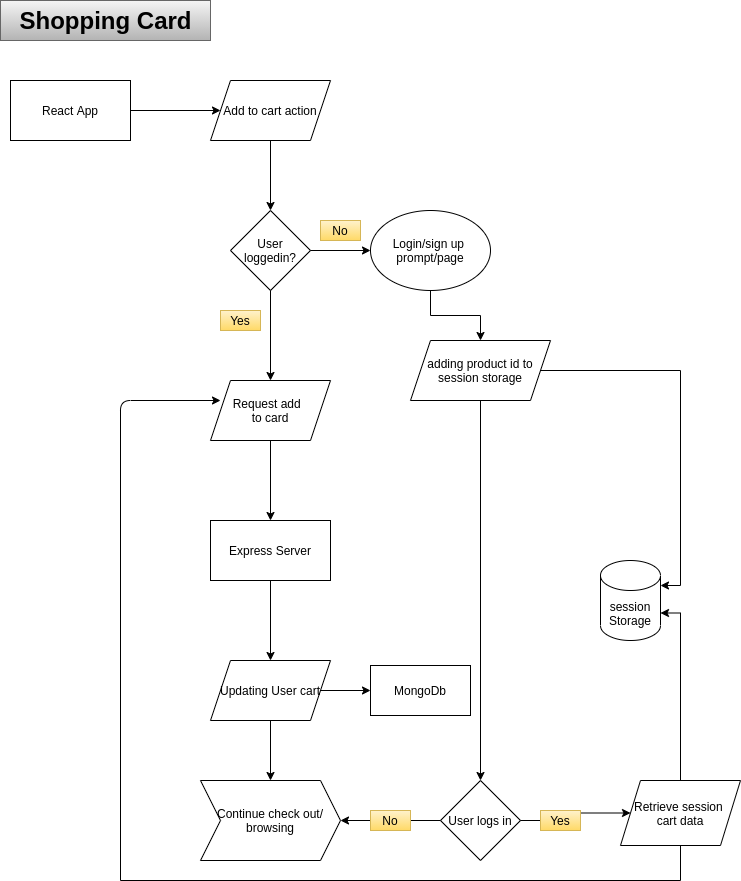
Earlier version of the draw.io export Diagrams/DFD-Page-3.png (Sevicode/SevliMERN_partA). Source tidied: cells renumbered, new cells last; positions are measured from the earlier drawing's top-left corner, leaving out a move shared by most shapes. Source of this version:
```xml
<mxGraphModel>
  <root>
    <mxCell id="0" />
    <mxCell id="1" parent="0" />
    <mxCell id="2" value="Shopping Card" style="text;strokeColor=#666666;fillColor=#f5f5f5;html=1;fontSize=24;fontStyle=1;verticalAlign=middle;align=center;gradientColor=#b3b3b3;" parent="1" vertex="1">
      <mxGeometry width="210" height="40" as="geometry" />
    </mxCell>
    <mxCell id="3" style="edgeStyle=orthogonalEdgeStyle;rounded=0;jettySize=auto;html=1;" parent="1" edge="1" source="4" target="6">
      <mxGeometry relative="1" as="geometry" />
    </mxCell>
    <mxCell id="4" value="React App" style="rounded=0;whiteSpace=wrap;html=1;sketch=0;fillColor=none;" parent="1" vertex="1">
      <mxGeometry x="10" y="80" width="120" height="60" as="geometry" />
    </mxCell>
    <mxCell id="5" style="edgeStyle=orthogonalEdgeStyle;rounded=0;jettySize=auto;html=1;" parent="1" edge="1" source="6" target="9">
      <mxGeometry relative="1" as="geometry" />
    </mxCell>
    <mxCell id="6" value="Add to cart action" style="shape=parallelogram;perimeter=parallelogramPerimeter;whiteSpace=wrap;html=1;fixedSize=1;rounded=0;fillColor=none;sketch=0;" parent="1" vertex="1">
      <mxGeometry x="210" y="80" width="120" height="60" as="geometry" />
    </mxCell>
    <mxCell id="7" style="edgeStyle=orthogonalEdgeStyle;rounded=0;jettySize=auto;html=1;" parent="1" edge="1" source="9" target="11">
      <mxGeometry relative="1" as="geometry" />
    </mxCell>
    <mxCell id="8" style="edgeStyle=orthogonalEdgeStyle;rounded=0;jettySize=auto;html=1;" parent="1" edge="1" source="9" target="14">
      <mxGeometry relative="1" as="geometry" />
    </mxCell>
    <mxCell id="9" value="User loggedin?" style="rhombus;whiteSpace=wrap;html=1;rounded=0;fillColor=none;sketch=0;" parent="1" vertex="1">
      <mxGeometry x="230" y="210" width="80" height="80" as="geometry" />
    </mxCell>
    <mxCell id="10" style="edgeStyle=orthogonalEdgeStyle;rounded=0;jettySize=auto;html=1;" parent="1" edge="1" source="11" target="19">
      <mxGeometry relative="1" as="geometry" />
    </mxCell>
    <mxCell id="11" value="Login/sign up&amp;nbsp;&lt;br&gt;prompt/page" style="ellipse;whiteSpace=wrap;html=1;rounded=0;fillColor=none;sketch=0;" parent="1" vertex="1">
      <mxGeometry x="370" y="210" width="120" height="80" as="geometry" />
    </mxCell>
    <mxCell id="12" value="No" style="text;html=1;strokeColor=#d6b656;fillColor=#fff2cc;align=center;verticalAlign=middle;whiteSpace=wrap;rounded=0;gradientColor=#ffd966;" parent="1" vertex="1">
      <mxGeometry x="320" y="220" width="40" height="20" as="geometry" />
    </mxCell>
    <mxCell id="13" style="edgeStyle=orthogonalEdgeStyle;rounded=0;jettySize=auto;html=1;" parent="1" edge="1" source="14" target="22">
      <mxGeometry relative="1" as="geometry" />
    </mxCell>
    <mxCell id="14" value="Request add&amp;nbsp;&amp;nbsp;&lt;br&gt;to card" style="shape=parallelogram;perimeter=parallelogramPerimeter;whiteSpace=wrap;html=1;fixedSize=1;rounded=0;fillColor=none;sketch=0;" parent="1" vertex="1">
      <mxGeometry x="210" y="380" width="120" height="60" as="geometry" />
    </mxCell>
    <mxCell id="15" value="Yes" style="text;html=1;strokeColor=#d6b656;fillColor=#fff2cc;align=center;verticalAlign=middle;whiteSpace=wrap;rounded=0;gradientColor=#ffd966;" parent="1" vertex="1">
      <mxGeometry x="220" y="310" width="40" height="20" as="geometry" />
    </mxCell>
    <mxCell id="16" style="edgeStyle=orthogonalEdgeStyle;rounded=0;orthogonalLoop=1;jettySize=auto;html=1;exitX=0.5;exitY=1;exitDx=0;exitDy=0;" parent="1" edge="1" source="12" target="12">
      <mxGeometry relative="1" as="geometry" />
    </mxCell>
    <mxCell id="17" style="edgeStyle=orthogonalEdgeStyle;rounded=0;jettySize=auto;html=1;" parent="1" edge="1" source="19" target="30">
      <mxGeometry relative="1" as="geometry" />
    </mxCell>
    <mxCell id="18" style="edgeStyle=orthogonalEdgeStyle;rounded=0;jettySize=auto;html=1;" parent="1" edge="1" source="19" target="27">
      <mxGeometry relative="1" as="geometry">
        <Array as="points">
          <mxPoint x="680" y="370" />
          <mxPoint x="680" y="585" />
        </Array>
      </mxGeometry>
    </mxCell>
    <mxCell id="19" value="adding product id to session storage" style="shape=parallelogram;perimeter=parallelogramPerimeter;whiteSpace=wrap;html=1;fixedSize=1;rounded=0;fillColor=none;sketch=0;" parent="1" vertex="1">
      <mxGeometry x="410" y="340" width="140" height="60" as="geometry" />
    </mxCell>
    <mxCell id="20" value="MongoDb" style="rounded=0;whiteSpace=wrap;html=1;fillColor=none;" parent="1" vertex="1">
      <mxGeometry x="370" y="665" width="100" height="50" as="geometry" />
    </mxCell>
    <mxCell id="21" style="edgeStyle=orthogonalEdgeStyle;rounded=0;jettySize=auto;html=1;" parent="1" edge="1" source="22" target="25">
      <mxGeometry relative="1" as="geometry" />
    </mxCell>
    <mxCell id="22" value="Express Server" style="whiteSpace=wrap;html=1;rounded=0;fillColor=none;sketch=0;" parent="1" vertex="1">
      <mxGeometry x="210" y="520" width="120" height="60" as="geometry" />
    </mxCell>
    <mxCell id="23" style="edgeStyle=orthogonalEdgeStyle;rounded=0;jettySize=auto;html=1;" parent="1" edge="1" source="25" target="20">
      <mxGeometry relative="1" as="geometry" />
    </mxCell>
    <mxCell id="24" style="edgeStyle=orthogonalEdgeStyle;rounded=0;jettySize=auto;html=1;" parent="1" edge="1" source="25" target="26">
      <mxGeometry relative="1" as="geometry" />
    </mxCell>
    <mxCell id="25" value="Updating User cart" style="shape=parallelogram;perimeter=parallelogramPerimeter;whiteSpace=wrap;html=1;fixedSize=1;rounded=0;fillColor=none;sketch=0;" parent="1" vertex="1">
      <mxGeometry x="210" y="660" width="120" height="60" as="geometry" />
    </mxCell>
    <mxCell id="26" value="Continue check out/ browsing" style="shape=step;perimeter=stepPerimeter;whiteSpace=wrap;html=1;fixedSize=1;rounded=0;fillColor=none;sketch=0;" parent="1" vertex="1">
      <mxGeometry x="200" y="780" width="140" height="80" as="geometry" />
    </mxCell>
    <mxCell id="27" value="session Storage" style="shape=cylinder3;whiteSpace=wrap;html=1;boundedLbl=1;backgroundOutline=1;size=15;fillColor=none;" parent="1" vertex="1">
      <mxGeometry x="600" y="560" width="60" height="80" as="geometry" />
    </mxCell>
    <mxCell id="28" style="edgeStyle=orthogonalEdgeStyle;rounded=0;jettySize=auto;html=1;" parent="1" edge="1" source="30" target="26">
      <mxGeometry relative="1" as="geometry" />
    </mxCell>
    <mxCell id="29" style="edgeStyle=orthogonalEdgeStyle;rounded=0;jettySize=auto;html=1;" parent="1" edge="1" source="30" target="32">
      <mxGeometry relative="1" as="geometry" />
    </mxCell>
    <mxCell id="30" value="User logs in" style="rhombus;whiteSpace=wrap;html=1;fillColor=none;" parent="1" vertex="1">
      <mxGeometry x="440" y="780" width="80" height="80" as="geometry" />
    </mxCell>
    <mxCell id="31" style="edgeStyle=orthogonalEdgeStyle;rounded=0;jettySize=auto;html=1;entryX=1;entryY=0;entryDx=0;entryDy=52.5;entryPerimeter=0;" parent="1" edge="1" source="32" target="27">
      <mxGeometry relative="1" as="geometry">
        <Array as="points">
          <mxPoint x="680" y="613" />
        </Array>
      </mxGeometry>
    </mxCell>
    <mxCell id="32" value="Retrieve session &lt;br&gt;cart data" style="shape=parallelogram;perimeter=parallelogramPerimeter;whiteSpace=wrap;html=1;fixedSize=1;fillColor=none;" parent="1" vertex="1">
      <mxGeometry x="620" y="780" width="120" height="65" as="geometry" />
    </mxCell>
    <mxCell id="33" value="No" style="text;html=1;strokeColor=#d6b656;fillColor=#fff2cc;align=center;verticalAlign=middle;whiteSpace=wrap;rounded=0;gradientColor=#ffd966;" parent="1" vertex="1">
      <mxGeometry x="370" y="810" width="40" height="20" as="geometry" />
    </mxCell>
    <mxCell id="34" value="Yes" style="text;html=1;strokeColor=#d6b656;fillColor=#fff2cc;align=center;verticalAlign=middle;whiteSpace=wrap;rounded=0;gradientColor=#ffd966;" parent="1" vertex="1">
      <mxGeometry x="540" y="810" width="40" height="20" as="geometry" />
    </mxCell>
    <mxCell id="35" style="shape=partialRectangle;whiteSpace=wrap;html=1;bottom=1;right=1;left=1;top=0;fillColor=none;routingCenterX=-0.5;" parent="1" vertex="1">
      <mxGeometry x="120" y="845" width="560" height="35" as="geometry" />
    </mxCell>
    <mxCell id="36" style="edgeStyle=segmentEdgeStyle;endArrow=classic;html=1;exitX=0;exitY=0.25;exitDx=0;exitDy=0;" parent="1" edge="1" source="35">
      <mxGeometry relative="1" as="geometry">
        <mxPoint x="220" y="400" as="targetPoint" />
        <Array as="points">
          <mxPoint x="120" y="400" />
        </Array>
      </mxGeometry>
    </mxCell>
  </root>
</mxGraphModel>
```
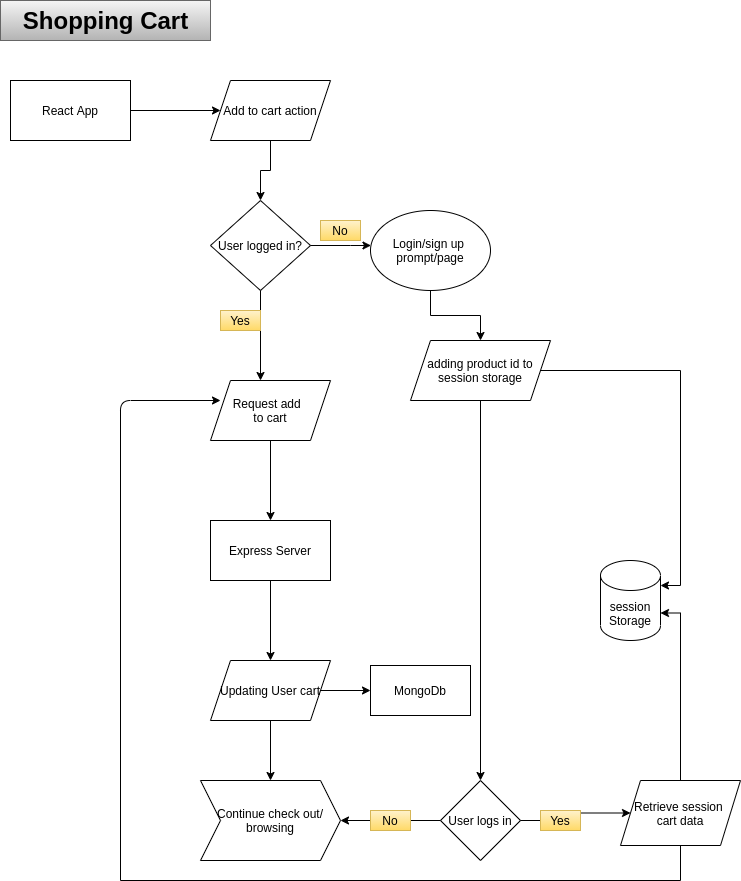
The same diagram one commit later.

Commit message:
shopping cart on page 3 corrected

Diff of the diagram source:
```diff
@@ -2,7 +2,7 @@
   <root>
     <mxCell id="0" />
     <mxCell id="1" parent="0" />
-    <mxCell id="2" value="Shopping Card" style="text;strokeColor=#666666;fillColor=#f5f5f5;html=1;fontSize=24;fontStyle=1;verticalAlign=middle;align=center;gradientColor=#b3b3b3;" parent="1" vertex="1">
+    <mxCell id="2" value="Shopping Cart" style="text;strokeColor=#666666;fillColor=#f5f5f5;html=1;fontSize=24;fontStyle=1;verticalAlign=middle;align=center;gradientColor=#b3b3b3;" parent="1" vertex="1">
       <mxGeometry width="210" height="40" as="geometry" />
     </mxCell>
     <mxCell id="3" style="edgeStyle=orthogonalEdgeStyle;rounded=0;jettySize=auto;html=1;" parent="1" edge="1" source="4" target="6">
@@ -18,13 +18,23 @@
       <mxGeometry x="210" y="80" width="120" height="60" as="geometry" />
     </mxCell>
     <mxCell id="7" style="edgeStyle=orthogonalEdgeStyle;rounded=0;jettySize=auto;html=1;" parent="1" edge="1" source="9" target="11">
-      <mxGeometry relative="1" as="geometry" />
+      <mxGeometry relative="1" as="geometry">
+        <Array as="points">
+          <mxPoint x="350" y="245" />
+          <mxPoint x="350" y="245" />
+        </Array>
+      </mxGeometry>
     </mxCell>
     <mxCell id="8" style="edgeStyle=orthogonalEdgeStyle;rounded=0;jettySize=auto;html=1;" parent="1" edge="1" source="9" target="14">
-      <mxGeometry relative="1" as="geometry" />
+      <mxGeometry relative="1" as="geometry">
+        <Array as="points">
+          <mxPoint x="260" y="330" />
+          <mxPoint x="260" y="330" />
+        </Array>
+      </mxGeometry>
     </mxCell>
-    <mxCell id="9" value="User loggedin?" style="rhombus;whiteSpace=wrap;html=1;rounded=0;fillColor=none;sketch=0;" parent="1" vertex="1">
-      <mxGeometry x="230" y="210" width="80" height="80" as="geometry" />
+    <mxCell id="9" value="User logged in?" style="rhombus;whiteSpace=wrap;html=1;rounded=0;fillColor=none;sketch=0;" parent="1" vertex="1">
+      <mxGeometry x="210" y="200" width="100" height="90" as="geometry" />
     </mxCell>
     <mxCell id="10" style="edgeStyle=orthogonalEdgeStyle;rounded=0;jettySize=auto;html=1;" parent="1" edge="1" source="11" target="19">
       <mxGeometry relative="1" as="geometry" />
@@ -38,7 +48,7 @@
     <mxCell id="13" style="edgeStyle=orthogonalEdgeStyle;rounded=0;jettySize=auto;html=1;" parent="1" edge="1" source="14" target="22">
       <mxGeometry relative="1" as="geometry" />
     </mxCell>
-    <mxCell id="14" value="Request add&amp;nbsp;&amp;nbsp;&lt;br&gt;to card" style="shape=parallelogram;perimeter=parallelogramPerimeter;whiteSpace=wrap;html=1;fixedSize=1;rounded=0;fillColor=none;sketch=0;" parent="1" vertex="1">
+    <mxCell id="14" value="Request add&amp;nbsp;&amp;nbsp;&lt;br&gt;to cart" style="shape=parallelogram;perimeter=parallelogramPerimeter;whiteSpace=wrap;html=1;fixedSize=1;rounded=0;fillColor=none;sketch=0;" parent="1" vertex="1">
       <mxGeometry x="210" y="380" width="120" height="60" as="geometry" />
     </mxCell>
     <mxCell id="15" value="Yes" style="text;html=1;strokeColor=#d6b656;fillColor=#fff2cc;align=center;verticalAlign=middle;whiteSpace=wrap;rounded=0;gradientColor=#ffd966;" parent="1" vertex="1">
```
